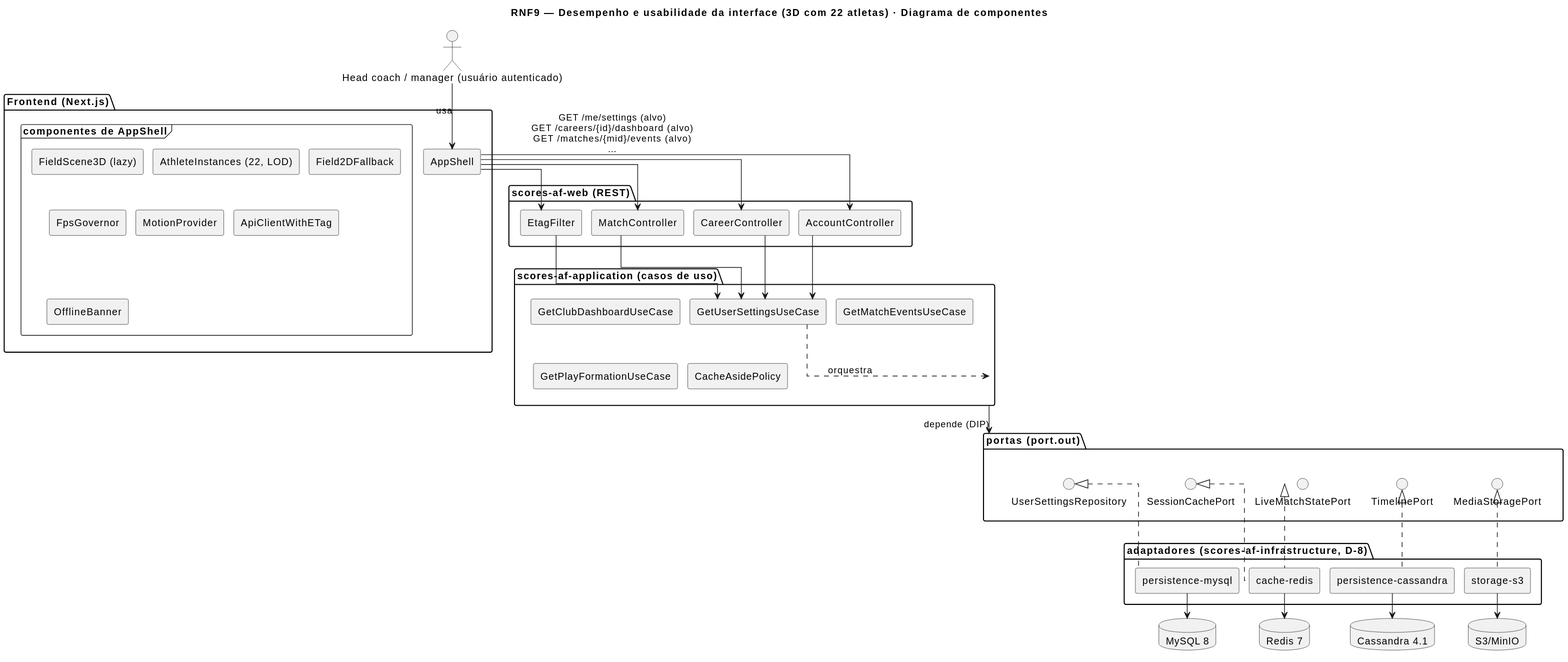
Above: docs/RNF9/RNF9-cmp.svg in MatheusHaliski/Scores-American-Football (PlantUML), before the change.
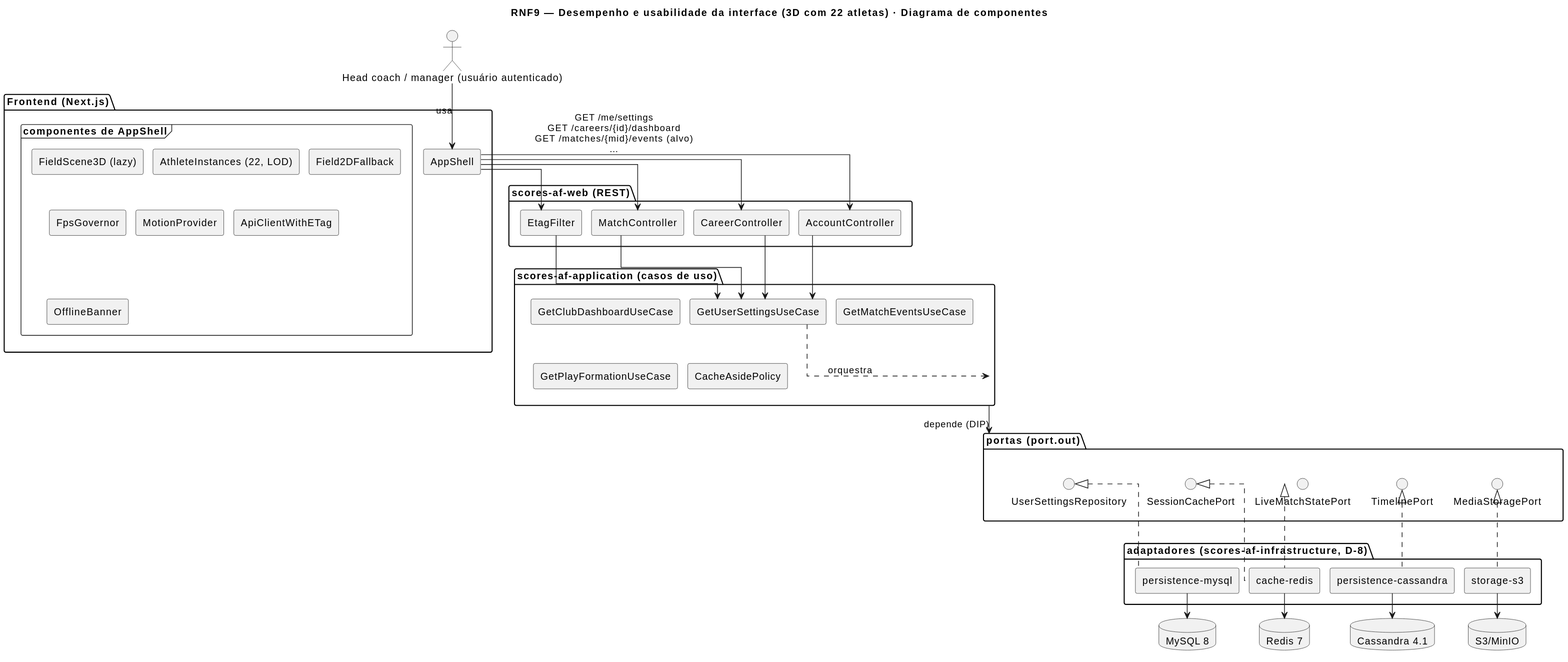
After the commit.

What changed in the source:
```diff
@@ -48,7 +48,7 @@
 database "Cassandra 4.1" as s3
 database "S3/MinIO" as s4
 c1 --> c2 : usa
-c2 --> c10 : GET /me/settings (alvo)\nGET /careers/{id}/dashboard (alvo)\nGET /matches/{mid}/events (alvo)\n…
+c2 --> c10 : GET /me/settings\nGET /careers/{id}/dashboard\nGET /matches/{mid}/events (alvo)\n…
 c2 --> c11
 c2 --> c12
 c2 --> c13
```
